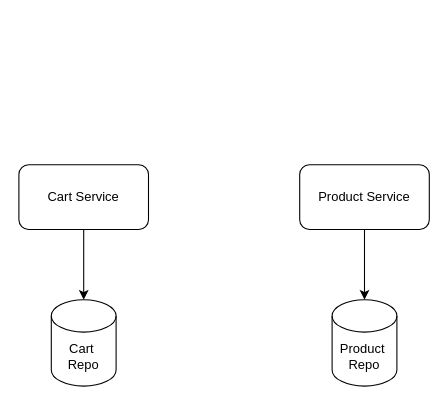
Before: communicationBetween_productService_cartService.drawio in aks805/318Diagrams, a draw.io diagram. Source tidied: cells renumbered, new cells numbered last; positions are measured from the earlier drawing's top-left corner, leaving out a move shared by most shapes. Both pictures are drawn from the tidied source at 108%, with x=0, y=0 at pixel (18, 164).
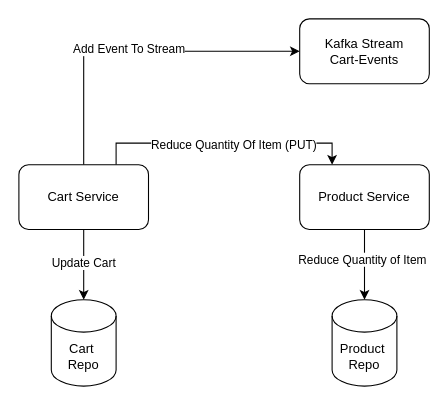
The same diagram, later.

The edit, as a diff of the source:
```diff
@@
 <mxGraphModel>
   <root>
     <mxCell id="0" />
     <mxCell id="1" parent="0" />
+    <mxCell id="8" style="edgeStyle=orthogonalEdgeStyle;rounded=0;jettySize=auto;html=1;exitX=0.75;exitY=0;exitDx=0;exitDy=0;entryX=0.25;entryY=0;entryDx=0;entryDy=0;" parent="1" edge="1" source="2" target="5">
+      <mxGeometry relative="1" as="geometry" />
+    </mxCell>
+    <mxCell id="9" value="Reduce Quantity Of Item (PUT)" style="edgeLabel;html=1;align=center;verticalAlign=middle;" parent="8" vertex="1">
+      <mxGeometry x="0.07" y="-1" relative="1" as="geometry" />
+    </mxCell>
+    <mxCell id="10" style="edgeStyle=orthogonalEdgeStyle;rounded=0;jettySize=auto;html=1;entryX=0;entryY=0.5;entryDx=0;entryDy=0;exitX=0.5;exitY=0;exitDx=0;exitDy=0;" parent="1" edge="1" source="2" target="14">
+      <mxGeometry relative="1" as="geometry" />
+    </mxCell>
+    <mxCell id="11" value="Add Event To Stream" style="edgeLabel;html=1;align=center;verticalAlign=middle;" parent="10" vertex="1">
+      <mxGeometry x="-0.04" y="3" relative="1" as="geometry" />
+    </mxCell>
     <mxCell id="2" value="Cart Service" style="rounded=1;whiteSpace=wrap;html=1;" parent="1" vertex="1">
       <mxGeometry width="120" height="60" as="geometry" />
     </mxCell>
     <mxCell id="3" value="Cart&amp;nbsp;&lt;div&gt;Repo&lt;/div&gt;" style="shape=cylinder3;whiteSpace=wrap;html=1;boundedLbl=1;backgroundOutline=1;size=15;" parent="1" vertex="1">
       <mxGeometry x="30" y="125" width="60" height="80" as="geometry" />
     </mxCell>
     <mxCell id="4" style="edgeStyle=orthogonalEdgeStyle;rounded=0;jettySize=auto;html=1;exitX=0.5;exitY=1;exitDx=0;exitDy=0;entryX=0.5;entryY=0;entryDx=0;entryDy=0;entryPerimeter=0;" parent="1" edge="1" source="2" target="3">
       <mxGeometry relative="1" as="geometry">
         <Array as="points">
           <mxPoint x="60" y="105" />
           <mxPoint x="60" y="105" />
         </Array>
       </mxGeometry>
     </mxCell>
+    <mxCell id="12" value="Update Cart" style="edgeLabel;html=1;align=center;verticalAlign=middle;" parent="4" vertex="1">
+      <mxGeometry x="-0.09" y="-1" relative="1" as="geometry" />
+    </mxCell>
     <mxCell id="5" value="Product Service" style="rounded=1;whiteSpace=wrap;html=1;" parent="1" vertex="1">
       <mxGeometry x="260" width="120" height="60" as="geometry" />
     </mxCell>
     <mxCell id="6" value="Product&amp;nbsp;&lt;div&gt;Repo&lt;/div&gt;" style="shape=cylinder3;whiteSpace=wrap;html=1;boundedLbl=1;backgroundOutline=1;size=15;" parent="1" vertex="1">
       <mxGeometry x="290" y="125" width="60" height="80" as="geometry" />
     </mxCell>
     <mxCell id="7" style="edgeStyle=orthogonalEdgeStyle;rounded=0;jettySize=auto;html=1;exitX=0.5;exitY=1;exitDx=0;exitDy=0;entryX=0.5;entryY=0;entryDx=0;entryDy=0;entryPerimeter=0;" parent="1" edge="1" source="5" target="6">
       <mxGeometry relative="1" as="geometry" />
     </mxCell>
+    <mxCell id="13" value="Reduce Quantity of Item" style="edgeLabel;html=1;align=center;verticalAlign=middle;" parent="7" vertex="1">
+      <mxGeometry x="-0.16" y="-3" relative="1" as="geometry" />
+    </mxCell>
+    <mxCell id="14" value="Kafka Stream&lt;div&gt;Cart-Events&lt;/div&gt;" style="rounded=1;whiteSpace=wrap;html=1;" parent="1" vertex="1">
+      <mxGeometry x="260" y="-135" width="120" height="60" as="geometry" />
+    </mxCell>
   </root>
 </mxGraphModel>
```
